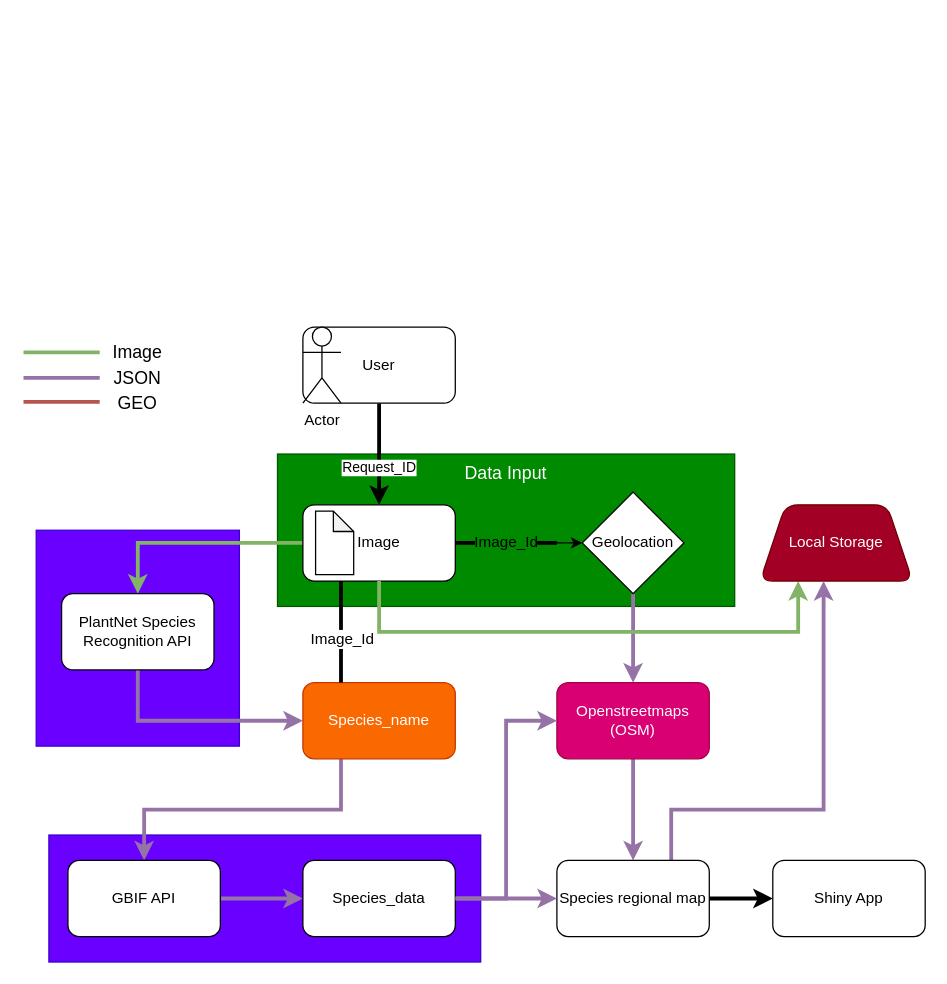
Earlier version of the draw.io diagram page "Main" (1 of 2) of Docs/LSC.drawio (KrishnaTO/LocalSpeciesCatalogue_App). Source tidied: cells renumbered, new cells numbered last; positions are measured from the earlier drawing's top-left corner, leaving out a move shared by most shapes. Both pictures are drawn from the tidied source at 127%, with x=0, y=0 at pixel (23, 326).
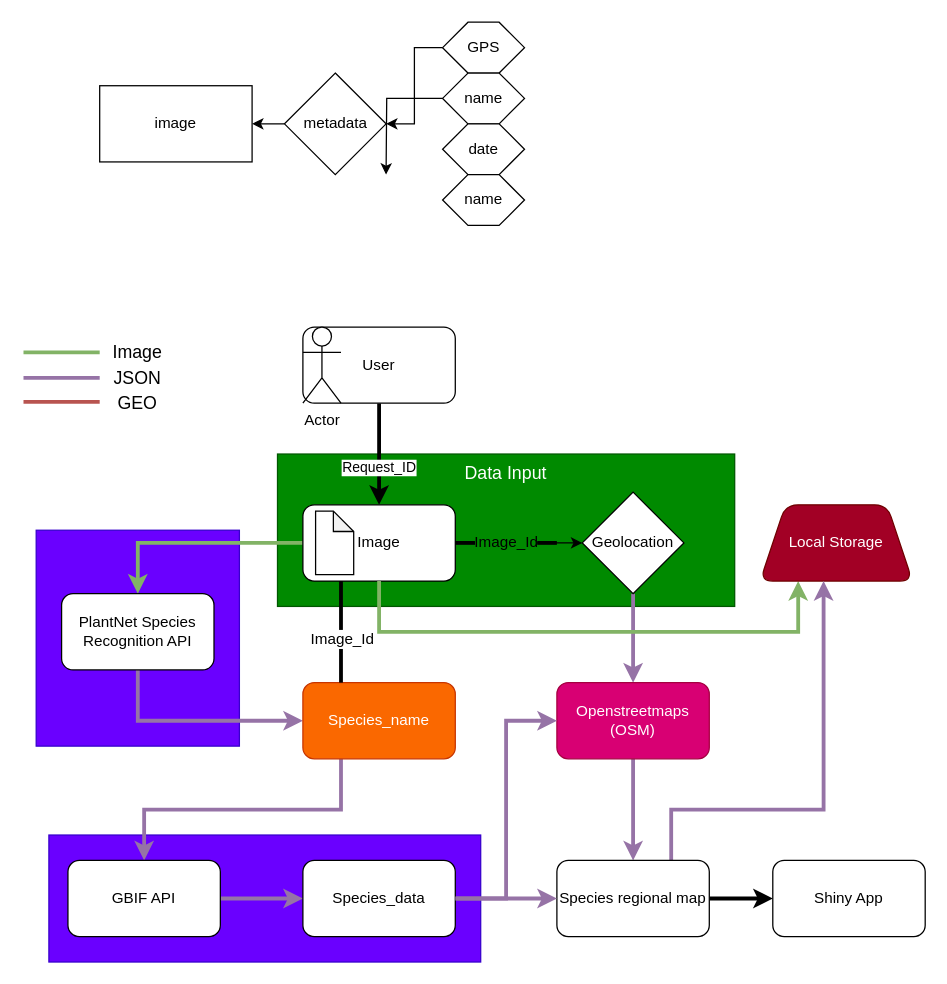
After the change.

Diff of the diagram source:
```diff
@@
+    <mxCell id="43" style="edgeStyle=orthogonalEdgeStyle;rounded=0;jettySize=auto;html=1;" parent="1" edge="1" source="46" target="44">
+      <mxGeometry relative="1" as="geometry" />
+    </mxCell>
+    <mxCell id="44" value="image" style="rounded=0;whiteSpace=wrap;html=1;" parent="1" vertex="1">
+      <mxGeometry x="60" y="-190" width="120" height="60" as="geometry" />
+    </mxCell>
+    <mxCell id="45" style="edgeStyle=orthogonalEdgeStyle;rounded=0;jettySize=auto;html=1;" parent="1" edge="1" source="47" target="46">
+      <mxGeometry relative="1" as="geometry" />
+    </mxCell>
+    <mxCell id="46" value="metadata" style="rhombus;whiteSpace=wrap;html=1;rounded=0;" parent="1" vertex="1">
+      <mxGeometry x="205.5" y="-200" width="80" height="80" as="geometry" />
+    </mxCell>
+    <mxCell id="47" value="GPS" style="shape=hexagon;perimeter=hexagonPerimeter2;whiteSpace=wrap;html=1;fixedSize=1;rounded=0;" parent="1" vertex="1">
+      <mxGeometry x="330" y="-240" width="64.5" height="40" as="geometry" />
+    </mxCell>
+    <mxCell id="48" style="edgeStyle=orthogonalEdgeStyle;rounded=0;jettySize=auto;html=1;" parent="1" edge="1" source="49">
+      <mxGeometry relative="1" as="geometry">
+        <mxPoint x="285.5" y="-120" as="targetPoint" />
+      </mxGeometry>
+    </mxCell>
+    <mxCell id="49" value="name" style="shape=hexagon;perimeter=hexagonPerimeter2;whiteSpace=wrap;html=1;fixedSize=1;rounded=0;" parent="1" vertex="1">
+      <mxGeometry x="330" y="-200" width="64.5" height="40" as="geometry" />
+    </mxCell>
+    <mxCell id="50" value="date" style="shape=hexagon;perimeter=hexagonPerimeter2;whiteSpace=wrap;html=1;fixedSize=1;rounded=0;" parent="1" vertex="1">
+      <mxGeometry x="330" y="-160" width="64.5" height="40" as="geometry" />
+    </mxCell>
+    <mxCell id="51" value="name" style="shape=hexagon;perimeter=hexagonPerimeter2;whiteSpace=wrap;html=1;fixedSize=1;rounded=0;" parent="1" vertex="1">
+      <mxGeometry x="330" y="-120" width="64.5" height="40" as="geometry" />
+    </mxCell>
```
